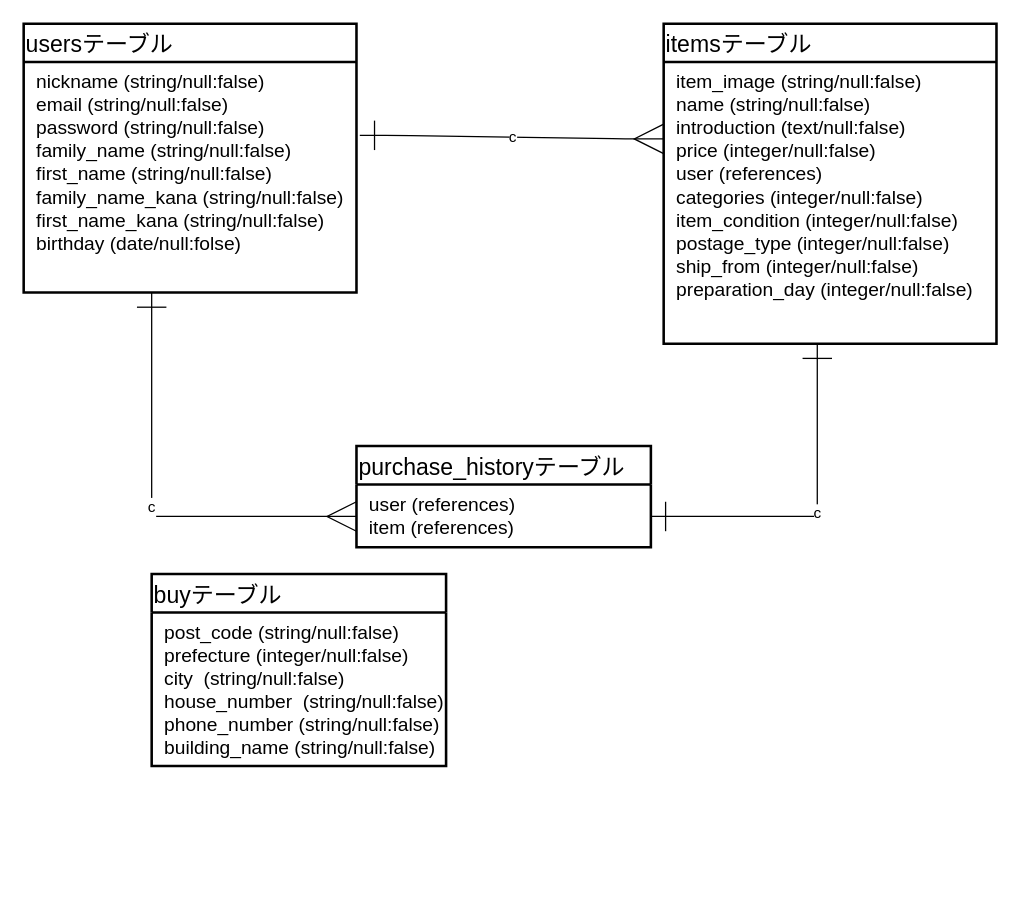
The draw.io diagram furima.dio in JuntOta/furima-35409, before the edit. Source tidied: cells renumbered, new cells numbered last; positions are measured from the earlier drawing's top-left corner, leaving out a move shared by most shapes. Both pictures are drawn from the tidied source at 128%, with x=0, y=0 at pixel (23, 23).
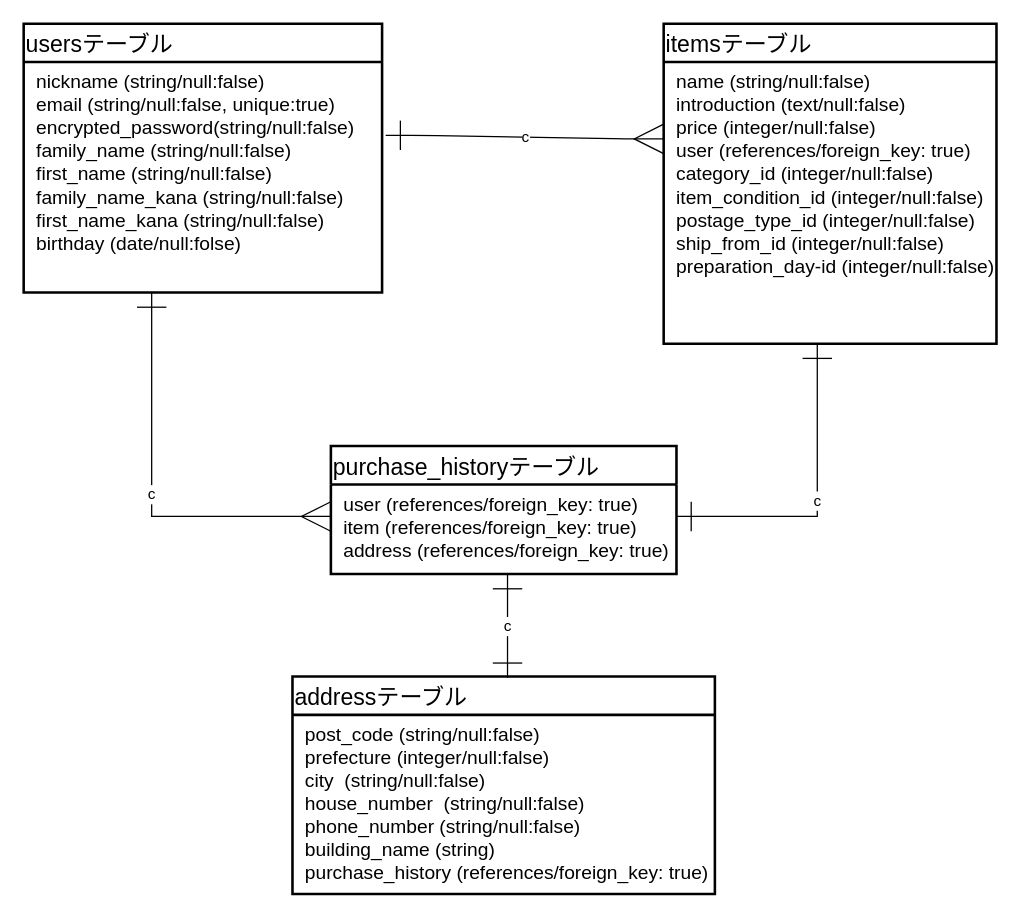
The same page after the edit.

Commit message (it also covers changes not shown here):
ER図、READMEの修正2回目

Change to the diagram source:
```diff
@@
 <mxGraphModel>
   <root>
     <mxCell id="0" />
     <mxCell id="1" parent="0" />
     <mxCell id="2" value="usersテーブル" style="swimlane;horizontal=1;startSize=30;rounded=0;fontSize=18;fontStyle=0;strokeWidth=2;shadow=0;dashed=0;align=left;" parent="1" vertex="1">
-      <mxGeometry width="260" height="210" as="geometry" />
+      <mxGeometry width="280" height="210" as="geometry" />
     </mxCell>
-    <mxCell id="3" value=" nickname (string/null:false)&#10; email (string/null:false)&#10; password (string/null:false)&#10; family_name (string/null:false)&#10; first_name (string/null:false)&#10; family_name_kana (string/null:false)&#10; first_name_kana (string/null:false)&#10; birthday (date/null:folse)" style="align=left;strokeColor=none;fillColor=none;spacingLeft=4;fontSize=15;verticalAlign=top;" parent="2" vertex="1">
-      <mxGeometry y="30" width="260" height="180" as="geometry" />
+    <mxCell id="3" value=" nickname (string/null:false)&#10; email (string/null:false, unique:true)&#10; encrypted_password(string/null:false)&#10; family_name (string/null:false)&#10; first_name (string/null:false)&#10; family_name_kana (string/null:false)&#10; first_name_kana (string/null:false)&#10; birthday (date/null:folse)" style="align=left;strokeColor=none;fillColor=none;spacingLeft=4;fontSize=15;verticalAlign=top;" parent="2" vertex="1">
+      <mxGeometry y="30" width="280" height="180" as="geometry" />
     </mxCell>
     <mxCell id="4" value="itemsテーブル" style="swimlane;horizontal=1;startSize=30;rounded=0;fontSize=18;fontStyle=0;strokeWidth=2;shadow=0;dashed=0;align=left;" parent="1" vertex="1">
       <mxGeometry x="500" width="260" height="250" as="geometry" />
     </mxCell>
-    <mxCell id="5" value=" item_image (string/null:false)&#10; name (string/null:false)&#10; introduction (text/null:false)&#10; price (integer/null:false)&#10; user (references)&#10; categories (integer/null:false)&#10; item_condition (integer/null:false)&#10; postage_type (integer/null:false)&#10; ship_from (integer/null:false)&#10; preparation_day (integer/null:false)&#10; " style="align=left;strokeColor=none;fillColor=none;spacingLeft=4;fontSize=15;verticalAlign=top;" parent="4" vertex="1">
+    <mxCell id="5" value=" name (string/null:false)&#10; introduction (text/null:false)&#10; price (integer/null:false)&#10; user (references/foreign_key: true)&#10; category_id (integer/null:false)&#10; item_condition_id (integer/null:false)&#10; postage_type_id (integer/null:false)&#10; ship_from_id (integer/null:false)&#10; preparation_day-id (integer/null:false)&#10; " style="align=left;strokeColor=none;fillColor=none;spacingLeft=4;fontSize=15;verticalAlign=top;" parent="4" vertex="1">
       <mxGeometry y="30" width="260" height="220" as="geometry" />
     </mxCell>
     <mxCell id="6" value="purchase_historyテーブル" style="swimlane;horizontal=1;startSize=30;rounded=0;fontSize=18;fontStyle=0;strokeWidth=2;shadow=0;dashed=0;align=left;" parent="1" vertex="1">
-      <mxGeometry x="260" y="330" width="230" height="79" as="geometry" />
+      <mxGeometry x="240" y="330" width="270" height="100" as="geometry" />
     </mxCell>
-    <mxCell id="7" value=" user (references)&#10; item (references)" style="align=left;strokeColor=none;fillColor=none;spacingLeft=4;fontSize=15;verticalAlign=top;" parent="6" vertex="1">
-      <mxGeometry y="30" width="230" height="49" as="geometry" />
+    <mxCell id="7" value=" user (references/foreign_key: true)&#10; item (references/foreign_key: true)&#10; address (references/foreign_key: true)" style="align=left;strokeColor=none;fillColor=none;spacingLeft=4;fontSize=15;verticalAlign=top;" parent="6" vertex="1">
+      <mxGeometry y="30" width="270" height="70" as="geometry" />
     </mxCell>
-    <mxCell id="8" value="buyテーブル" style="swimlane;horizontal=1;startSize=30;rounded=0;fontSize=18;fontStyle=0;strokeWidth=2;shadow=0;dashed=0;align=left;" parent="1" vertex="1">
-      <mxGeometry x="100" y="430" width="230" height="150" as="geometry" />
+    <mxCell id="8" value="addressテーブル" style="swimlane;horizontal=1;startSize=30;rounded=0;fontSize=18;fontStyle=0;strokeWidth=2;shadow=0;dashed=0;align=left;" parent="1" vertex="1">
+      <mxGeometry x="210" y="510" width="330" height="170" as="geometry" />
     </mxCell>
-    <mxCell id="9" value=" post_code (string/null:false)&#10; prefecture (integer/null:false)&#10; city  (string/null:false)&#10; house_number  (string/null:false)&#10; phone_number (string/null:false)&#10; building_name (string/null:false)" style="align=left;strokeColor=none;fillColor=none;spacingLeft=4;fontSize=15;verticalAlign=top;" parent="8" vertex="1">
-      <mxGeometry y="30" width="230" height="120" as="geometry" />
+    <mxCell id="9" value=" post_code (string/null:false)&#10; prefecture (integer/null:false)&#10; city  (string/null:false)&#10; house_number  (string/null:false)&#10; phone_number (string/null:false)&#10; building_name (string)&#10; purchase_history (references/foreign_key: true)" style="align=left;strokeColor=none;fillColor=none;spacingLeft=4;fontSize=15;verticalAlign=top;" parent="8" vertex="1">
+      <mxGeometry y="30" width="330" height="140" as="geometry" />
     </mxCell>
     <mxCell id="10" value="c" style="edgeStyle=entityRelationEdgeStyle;fontSize=12;html=1;endArrow=ERmany;endSize=21;startArrow=ERone;startFill=0;startSize=21;exitX=1.01;exitY=0.318;exitDx=0;exitDy=0;exitPerimeter=0;" parent="1" edge="1" source="3">
       <mxGeometry relative="1" as="geometry">
         <mxPoint x="500" y="90" as="targetPoint" />
       </mxGeometry>
     </mxCell>
     <mxCell id="11" value="c" style="edgeStyle=orthogonalEdgeStyle;fontSize=12;html=1;endArrow=ERmany;endSize=21;startArrow=ERone;startFill=0;startSize=21;rounded=0;" parent="1" edge="1" source="3" target="7">
       <mxGeometry relative="1" as="geometry">
         <Array as="points">
           <mxPoint x="100" y="385" />
         </Array>
       </mxGeometry>
     </mxCell>
     <mxCell id="12" value="c" style="edgeStyle=orthogonalEdgeStyle;fontSize=12;html=1;endArrow=ERone;endSize=21;startArrow=ERone;startFill=0;startSize=21;rounded=0;endFill=0;" parent="1" edge="1" source="5" target="7">
       <mxGeometry relative="1" as="geometry">
         <Array as="points">
           <mxPoint x="620" y="385" />
         </Array>
       </mxGeometry>
     </mxCell>
+    <mxCell id="13" value="c" style="edgeStyle=orthogonalEdgeStyle;fontSize=12;html=1;endArrow=ERone;endSize=21;startArrow=ERone;startFill=0;startSize=21;rounded=0;endFill=0;" parent="1" edge="1" source="7">
+      <mxGeometry relative="1" as="geometry">
+        <mxPoint x="378" y="511" as="targetPoint" />
+        <Array as="points">
+          <mxPoint x="378" y="380" />
+          <mxPoint x="378" y="380" />
+        </Array>
+      </mxGeometry>
+    </mxCell>
   </root>
 </mxGraphModel>
```
